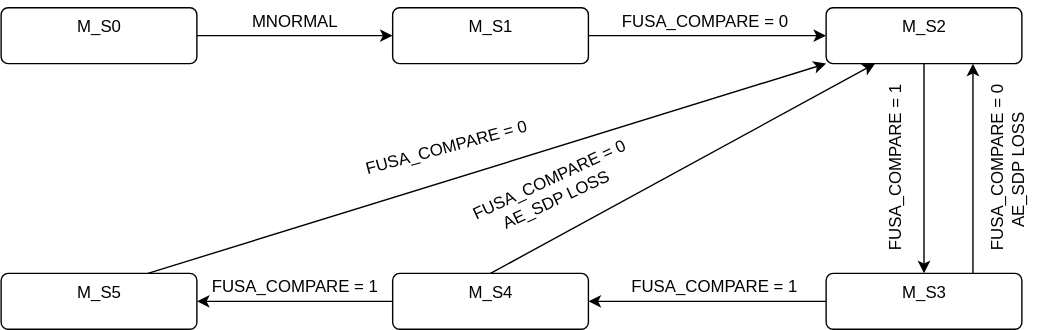
Above: DOC/pic/M_STATE.drawio.svg in haifanwenpan/DP_AE (draw.io), before the change. Source tidied: cells renumbered, new cells last; positions are measured from the earlier drawing's top-left corner, leaving out a move shared by most shapes. Source of this version:
```xml
<mxGraphModel>
  <root>
    <mxCell id="0" />
    <mxCell id="1" parent="0" />
    <mxCell id="2" style="edgeStyle=none;html=1;" parent="1" edge="1" source="3" target="5">
      <mxGeometry relative="1" as="geometry" />
    </mxCell>
    <mxCell id="3" value="M_S0" style="html=1;align=center;verticalAlign=top;rounded=1;absoluteArcSize=1;arcSize=10;dashed=0;" parent="1" vertex="1">
      <mxGeometry y="5" width="140" height="40" as="geometry" />
    </mxCell>
    <mxCell id="4" style="edgeStyle=none;html=1;" parent="1" edge="1" source="5" target="7">
      <mxGeometry relative="1" as="geometry" />
    </mxCell>
    <mxCell id="5" value="M_S1" style="html=1;align=center;verticalAlign=top;rounded=1;absoluteArcSize=1;arcSize=10;dashed=0;" parent="1" vertex="1">
      <mxGeometry x="280" y="5" width="140" height="40" as="geometry" />
    </mxCell>
    <mxCell id="6" style="edgeStyle=none;html=1;" parent="1" edge="1" source="7" target="10">
      <mxGeometry relative="1" as="geometry" />
    </mxCell>
    <mxCell id="7" value="M_S2" style="html=1;align=center;verticalAlign=top;rounded=1;absoluteArcSize=1;arcSize=10;dashed=0;" parent="1" vertex="1">
      <mxGeometry x="590" y="5" width="140" height="40" as="geometry" />
    </mxCell>
    <mxCell id="8" style="edgeStyle=none;html=1;" parent="1" edge="1" source="10" target="13">
      <mxGeometry relative="1" as="geometry" />
    </mxCell>
    <mxCell id="9" style="edgeStyle=none;html=1;exitX=0.75;exitY=0;exitDx=0;exitDy=0;entryX=0.75;entryY=1;entryDx=0;entryDy=0;" parent="1" edge="1" source="10" target="7">
      <mxGeometry relative="1" as="geometry" />
    </mxCell>
    <mxCell id="10" value="M_S3" style="html=1;align=center;verticalAlign=top;rounded=1;absoluteArcSize=1;arcSize=10;dashed=0;" parent="1" vertex="1">
      <mxGeometry x="590" y="195" width="140" height="40" as="geometry" />
    </mxCell>
    <mxCell id="11" style="edgeStyle=none;html=1;" parent="1" edge="1" source="13" target="15">
      <mxGeometry relative="1" as="geometry" />
    </mxCell>
    <mxCell id="12" style="edgeStyle=none;html=1;exitX=0.5;exitY=0;exitDx=0;exitDy=0;entryX=0.25;entryY=1;entryDx=0;entryDy=0;" parent="1" edge="1" source="13" target="7">
      <mxGeometry relative="1" as="geometry" />
    </mxCell>
    <mxCell id="13" value="M_S4" style="html=1;align=center;verticalAlign=top;rounded=1;absoluteArcSize=1;arcSize=10;dashed=0;" parent="1" vertex="1">
      <mxGeometry x="280" y="195" width="140" height="40" as="geometry" />
    </mxCell>
    <mxCell id="14" style="edgeStyle=none;html=1;exitX=0.75;exitY=0;exitDx=0;exitDy=0;entryX=0;entryY=1;entryDx=0;entryDy=0;" parent="1" edge="1" source="15" target="7">
      <mxGeometry relative="1" as="geometry" />
    </mxCell>
    <mxCell id="15" value="M_S5" style="html=1;align=center;verticalAlign=top;rounded=1;absoluteArcSize=1;arcSize=10;dashed=0;" parent="1" vertex="1">
      <mxGeometry y="195" width="140" height="40" as="geometry" />
    </mxCell>
    <mxCell id="16" value="MNORMAL" style="text;html=1;align=center;verticalAlign=middle;strokeColor=none;fillColor=none;" parent="1" vertex="1">
      <mxGeometry x="170" width="80" height="30" as="geometry" />
    </mxCell>
    <mxCell id="17" value="FUSA_COMPARE = 0&amp;nbsp;" style="text;html=1;align=center;verticalAlign=middle;strokeColor=none;fillColor=none;" parent="1" vertex="1">
      <mxGeometry x="430" width="150" height="30" as="geometry" />
    </mxCell>
    <mxCell id="18" value="FUSA_COMPARE = 1" style="text;html=1;align=center;verticalAlign=middle;strokeColor=none;fillColor=none;rotation=-90;" parent="1" vertex="1">
      <mxGeometry x="570" y="105" width="140" height="30" as="geometry" />
    </mxCell>
    <mxCell id="19" value="FUSA_COMPARE = 1" style="text;html=1;align=center;verticalAlign=middle;strokeColor=none;fillColor=none;" parent="1" vertex="1">
      <mxGeometry x="440" y="190" width="140" height="30" as="geometry" />
    </mxCell>
    <mxCell id="20" value="FUSA_COMPARE = 1" style="text;html=1;align=center;verticalAlign=middle;strokeColor=none;fillColor=none;" parent="1" vertex="1">
      <mxGeometry x="140" y="190" width="140" height="30" as="geometry" />
    </mxCell>
    <mxCell id="21" value="FUSA_COMPARE = 0&amp;nbsp;" style="text;html=1;align=center;verticalAlign=middle;strokeColor=none;fillColor=none;rotation=-15;" parent="1" vertex="1">
      <mxGeometry x="245" y="90" width="150" height="30" as="geometry" />
    </mxCell>
    <mxCell id="22" value="FUSA_COMPARE = 0&lt;br&gt;AE_SDP LOSS&amp;nbsp;" style="text;html=1;align=center;verticalAlign=middle;strokeColor=none;fillColor=none;rotation=-25;" parent="1" vertex="1">
      <mxGeometry x="325" y="115" width="140" height="40" as="geometry" />
    </mxCell>
    <mxCell id="23" value="FUSA_COMPARE = 0&lt;br&gt;AE_SDP LOSS&amp;nbsp;" style="text;html=1;align=center;verticalAlign=middle;strokeColor=none;fillColor=none;rotation=-90;" parent="1" vertex="1">
      <mxGeometry x="650" y="100" width="140" height="40" as="geometry" />
    </mxCell>
  </root>
</mxGraphModel>
```
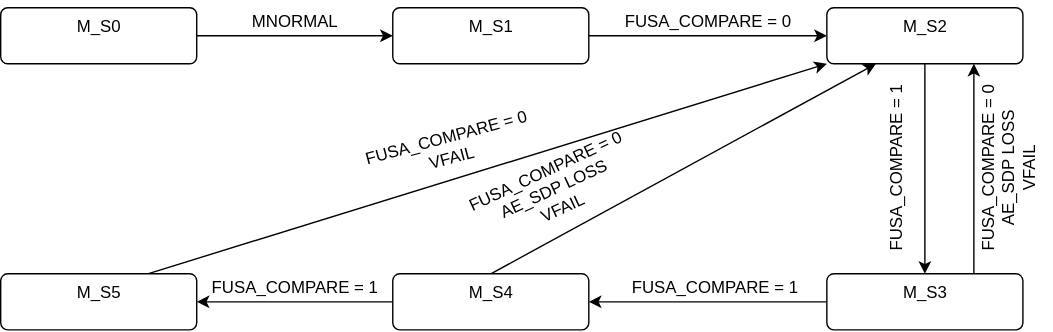
The same file after the commit.

Diff of the diagram source:
```diff
@@ -59,14 +59,14 @@
     <mxCell id="20" value="FUSA_COMPARE = 1" style="text;html=1;align=center;verticalAlign=middle;strokeColor=none;fillColor=none;" parent="1" vertex="1">
       <mxGeometry x="140" y="190" width="140" height="30" as="geometry" />
     </mxCell>
-    <mxCell id="21" value="FUSA_COMPARE = 0&amp;nbsp;" style="text;html=1;align=center;verticalAlign=middle;strokeColor=none;fillColor=none;rotation=-15;" parent="1" vertex="1">
-      <mxGeometry x="245" y="90" width="150" height="30" as="geometry" />
+    <mxCell id="21" value="FUSA_COMPARE = 0&amp;nbsp;&lt;br&gt;VFAIL" style="text;html=1;align=center;verticalAlign=middle;strokeColor=none;fillColor=none;rotation=-15;" parent="1" vertex="1">
+      <mxGeometry x="245" y="85" width="150" height="40" as="geometry" />
     </mxCell>
-    <mxCell id="22" value="FUSA_COMPARE = 0&lt;br&gt;AE_SDP LOSS&amp;nbsp;" style="text;html=1;align=center;verticalAlign=middle;strokeColor=none;fillColor=none;rotation=-25;" parent="1" vertex="1">
-      <mxGeometry x="325" y="115" width="140" height="40" as="geometry" />
+    <mxCell id="22" value="FUSA_COMPARE = 0&lt;br&gt;AE_SDP LOSS&lt;br&gt;VFAIL&amp;nbsp;" style="text;html=1;align=center;verticalAlign=middle;strokeColor=none;fillColor=none;rotation=-25;" parent="1" vertex="1">
+      <mxGeometry x="325" y="105" width="140" height="60" as="geometry" />
     </mxCell>
-    <mxCell id="23" value="FUSA_COMPARE = 0&lt;br&gt;AE_SDP LOSS&amp;nbsp;" style="text;html=1;align=center;verticalAlign=middle;strokeColor=none;fillColor=none;rotation=-90;" parent="1" vertex="1">
-      <mxGeometry x="650" y="100" width="140" height="40" as="geometry" />
+    <mxCell id="23" value="FUSA_COMPARE = 0&lt;br&gt;AE_SDP LOSS&lt;br&gt;VFAIL&amp;nbsp;" style="text;html=1;align=center;verticalAlign=middle;strokeColor=none;fillColor=none;rotation=-90;" parent="1" vertex="1">
+      <mxGeometry x="650" y="90" width="140" height="60" as="geometry" />
     </mxCell>
   </root>
 </mxGraphModel>
```
